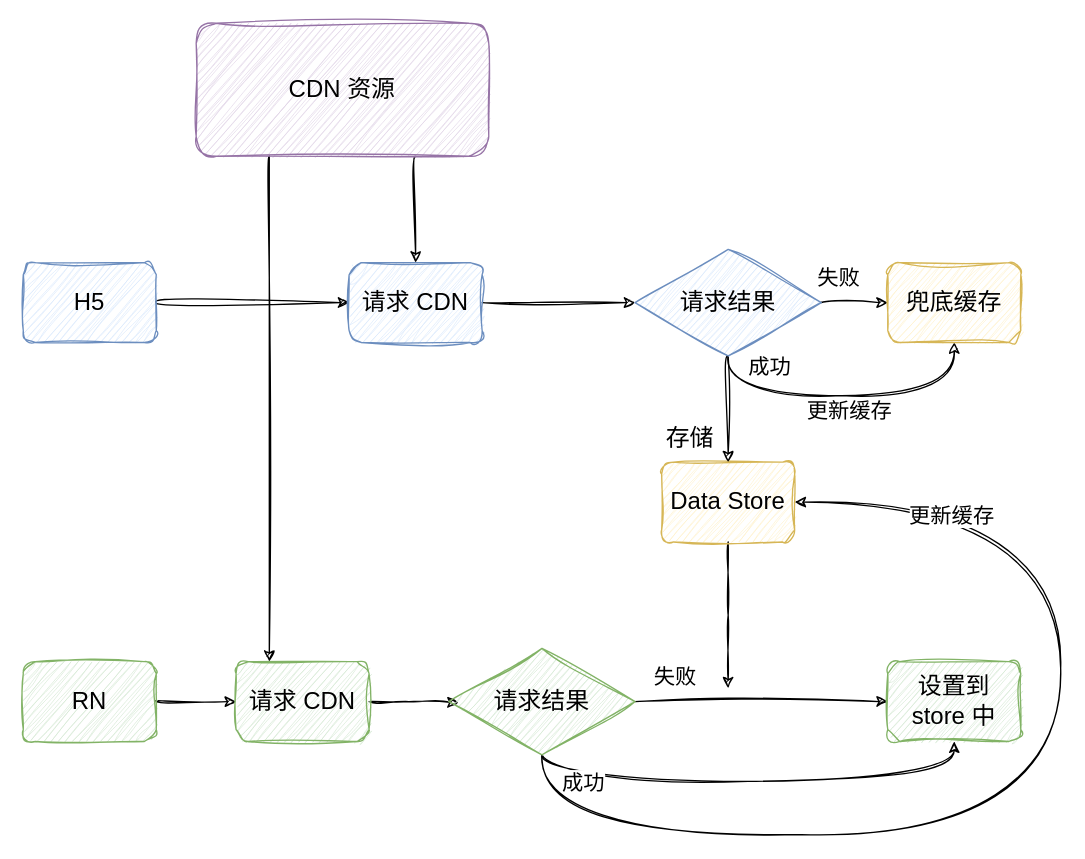
This is page "第 11 页" (11 of 16) of CDN优化.drawio from Darkindom/draw-the-diagrams, a draw.io file, before an edit. Source tidied: cells renumbered, new cells numbered last; positions are measured from the earlier drawing's top-left corner, leaving out a move shared by most shapes. Both pictures are drawn from the tidied source at 133%, with x=0, y=0 at pixel (23, 23).
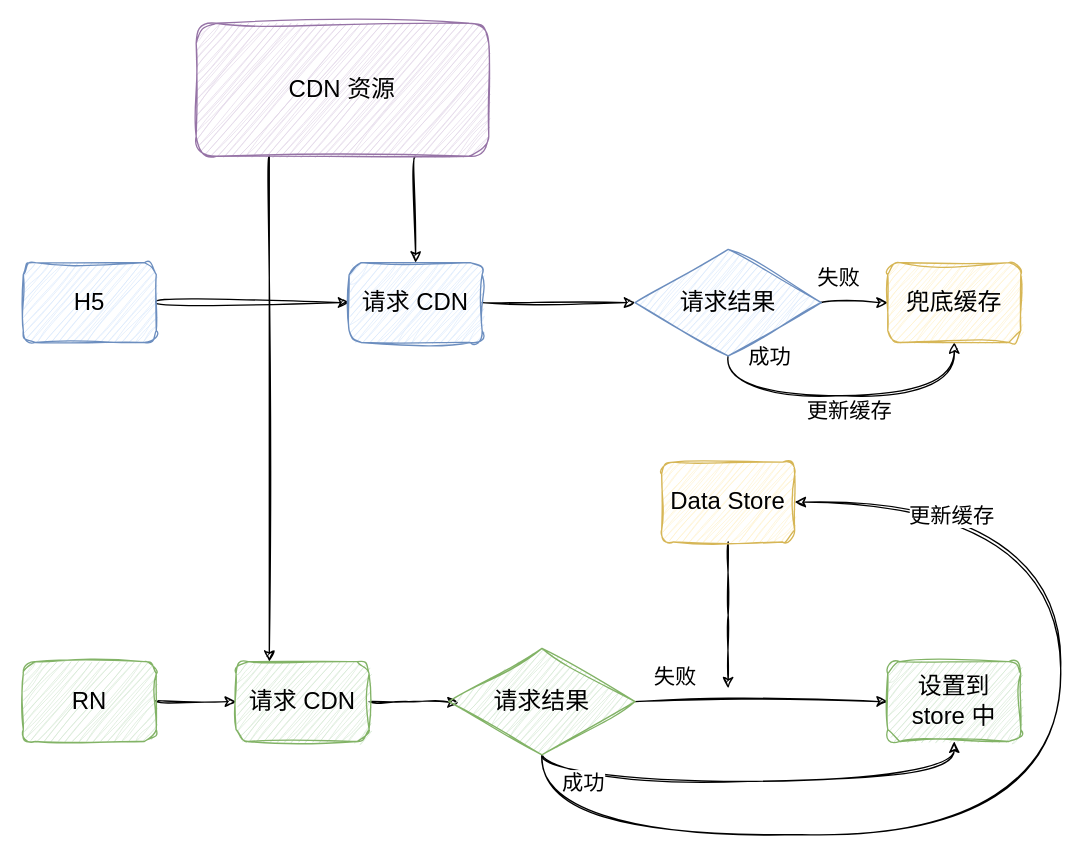
The same page after the edit.

The change refers to these unchanged cells:
```xml
<mxCell id="5" value="Data Store" style="rounded=1;whiteSpace=wrap;html=1;sketch=1;hachureGap=4;jiggle=2;curveFitting=1;fontFamily=手札体-简;fontSize=18;fillColor=#fff2cc;strokeColor=#d6b656;" parent="1" vertex="1">
  <mxGeometry x="480" y="330" width="100" height="60" as="geometry" />
</mxCell>
<mxCell id="18" style="edgeStyle=orthogonalEdgeStyle;rounded=0;sketch=1;hachureGap=4;jiggle=2;curveFitting=1;jettySize=auto;html=1;exitX=0.5;exitY=1;exitDx=0;exitDy=0;entryX=0.5;entryY=1;entryDx=0;entryDy=0;fontFamily=Architects Daughter;fontSize=16;curved=1;" parent="1" edge="1" source="20" target="31">
  <mxGeometry relative="1" as="geometry">
    <Array as="points">
      <mxPoint x="530" y="280" />
      <mxPoint x="700" y="280" />
    </Array>
  </mxGeometry>
</mxCell>
<mxCell id="20" value="请求结果" style="rhombus;whiteSpace=wrap;html=1;sketch=1;hachureGap=4;jiggle=2;curveFitting=1;fontFamily=手札体-简;fontSize=18;fillColor=#dae8fc;strokeColor=#6c8ebf;" parent="1" vertex="1">
  <mxGeometry x="460" y="170" width="140" height="80" as="geometry" />
</mxCell>
```

The edit, as a diff of the source:
```diff
@@
-    <mxCell id="8" style="edgeStyle=orthogonalEdgeStyle;shape=connector;curved=1;rounded=0;sketch=1;hachureGap=4;jiggle=2;curveFitting=1;jettySize=auto;html=1;exitX=0.5;exitY=1;exitDx=0;exitDy=0;entryX=0.5;entryY=0;entryDx=0;entryDy=0;labelBackgroundColor=default;strokeColor=default;fontFamily=手札体-简;fontSize=18;fontColor=default;endArrow=classic;" parent="1" edge="1" source="20" target="5">
-      <mxGeometry relative="1" as="geometry" />
-    </mxCell>
-    <mxCell id="9" value="存储" style="edgeLabel;html=1;align=center;verticalAlign=middle;fontSize=18;fontFamily=手札体-简;fontColor=default;" parent="8" vertex="1">
-      <mxGeometry x="-0.12" relative="1" as="geometry">
-        <mxPoint x="-30" y="26" as="offset" />
-      </mxGeometry>
-    </mxCell>
-    <mxCell id="10" value="成功" style="edgeLabel;html=1;align=center;verticalAlign=middle;fontSize=16;fontFamily=手札体-简;fontColor=default;" parent="8" vertex="1">
-      <mxGeometry x="-0.68" y="-17" relative="1" as="geometry">
-        <mxPoint x="47" y="-6" as="offset" />
-      </mxGeometry>
-    </mxCell>
@@
+    <mxCell id="10" value="成功" style="edgeLabel;html=1;align=center;verticalAlign=middle;fontSize=16;fontFamily=手札体-简;" parent="18" vertex="1">
+      <mxGeometry x="-0.9" y="11" relative="1" as="geometry">
+        <mxPoint x="19" y="-12" as="offset" />
+      </mxGeometry>
+    </mxCell>
```
